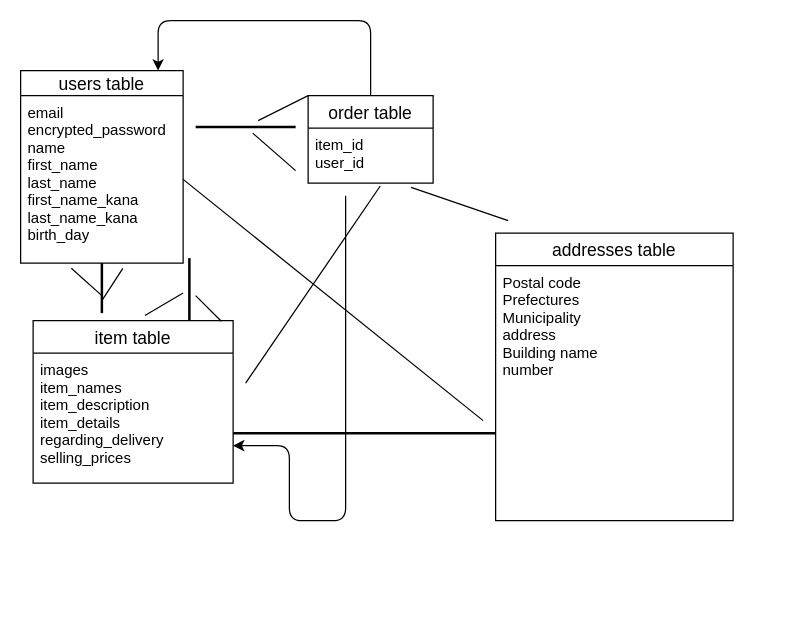
Before: test.dio in 1543rrr/furima-30352, a draw.io diagram. Source tidied: cells renumbered, new cells numbered last; positions are measured from the earlier drawing's top-left corner, leaving out a move shared by most shapes. Both pictures are drawn from the tidied source at 125%, with x=0, y=0 at pixel (20, 20).
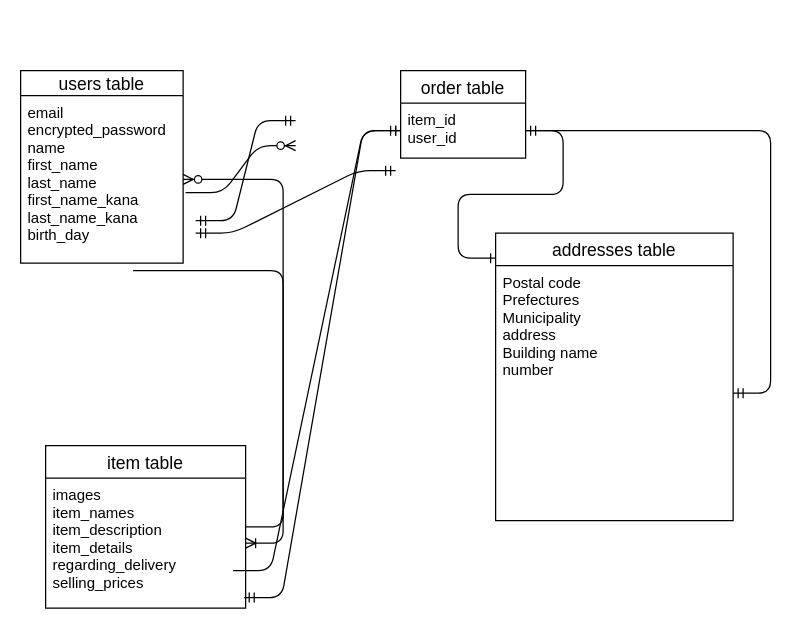
Above is the later version.

Unchanged cells that the change refers to:
```xml
<mxCell id="3" value="email    &#10;encrypted_password&#10; name &#10;first_name  &#10;last_name &#10;first_name_kana&#10;last_name_kana &#10;birth_day " style="text;strokeColor=none;fillColor=none;spacingLeft=4;spacingRight=4;overflow=hidden;points=[[0,0.5],[1,0.5]];portConstraint=eastwest;fontSize=12;" parent="2" vertex="1">
  <mxGeometry y="20" width="130" height="134" as="geometry" />
</mxCell>
<mxCell id="5" value="images&#10;item_names  &#10;item_description&#10;item_details &#10; regarding_delivery&#10;selling_prices&#10;" style="text;strokeColor=none;fillColor=none;spacingLeft=4;spacingRight=4;overflow=hidden;points=[[0,0.5],[1,0.5]];portConstraint=eastwest;fontSize=12;" parent="4" vertex="1">
  <mxGeometry y="26" width="160" height="104" as="geometry" />
</mxCell>
<mxCell id="7" value="item_id&#10;user_id  " style="text;strokeColor=none;fillColor=none;spacingLeft=4;spacingRight=4;overflow=hidden;points=[[0,0.5],[1,0.5]];portConstraint=eastwest;fontSize=12;" parent="6" vertex="1">
  <mxGeometry y="26" width="100" height="44" as="geometry" />
</mxCell>
<mxCell id="9" value="Postal code&#10;Prefectures  &#10;Municipality &#10;address&#10;Building name&#10;number  &#10;" style="text;strokeColor=none;fillColor=none;spacingLeft=4;spacingRight=4;overflow=hidden;points=[[0,0.5],[1,0.5]];portConstraint=eastwest;fontSize=12;" parent="8" vertex="1">
  <mxGeometry y="26" width="190" height="204" as="geometry" />
</mxCell>
```

What changed in the source:
```diff
@@
     <mxCell id="4" value="item table" style="swimlane;fontStyle=0;horizontal=1;startSize=26;align=center;fontSize=14;" parent="1" vertex="1">
-      <mxGeometry x="10" y="240" width="160" height="130" as="geometry" />
+      <mxGeometry x="20" y="340" width="160" height="130" as="geometry" />
     </mxCell>
@@
     <mxCell id="6" value="order table" style="swimlane;fontStyle=0;horizontal=1;startSize=26;align=center;fontSize=14;" parent="1" vertex="1">
-      <mxGeometry x="230" y="60" width="100" height="70" as="geometry" />
+      <mxGeometry x="304" y="40" width="100" height="70" as="geometry" />
     </mxCell>
@@
-    <mxCell id="10" style="line;strokeWidth=2;direction=south;html=1;" parent="1" vertex="1">
-      <mxGeometry x="130" y="190" width="10" height="50" as="geometry" />
-    </mxCell>
-    <mxCell id="11" style="endArrow=none;html=1;entryX=0.6;entryY=0;entryDx=0;entryDy=0;entryPerimeter=0;exitX=0.941;exitY=0.004;exitDx=0;exitDy=0;exitPerimeter=0;" parent="1" edge="1" source="4" target="10">
-      <mxGeometry relative="1" as="geometry" />
-    </mxCell>
-    <mxCell id="12" style="endArrow=none;html=1;entryX=0.559;entryY=-0.032;entryDx=0;entryDy=0;entryPerimeter=0;" parent="1" edge="1" source="10" target="4">
-      <mxGeometry relative="1" as="geometry" />
-    </mxCell>
-    <mxCell id="13" style="line;strokeWidth=2;html=1;" parent="1" vertex="1">
-      <mxGeometry x="140" y="80" width="80" height="10" as="geometry" />
-    </mxCell>
-    <mxCell id="14" style="endArrow=none;html=1;entryX=0;entryY=0;entryDx=0;entryDy=0;" parent="1" edge="1" source="13" target="6">
-      <mxGeometry relative="1" as="geometry" />
-    </mxCell>
-    <mxCell id="15" style="endArrow=none;html=1;" parent="1" edge="1" source="13">
-      <mxGeometry relative="1" as="geometry">
-        <mxPoint x="220" y="120" as="targetPoint" />
-      </mxGeometry>
-    </mxCell>
-    <mxCell id="16" style="endArrow=none;html=1;exitX=1;exitY=0.5;exitDx=0;exitDy=0;" parent="1" edge="1" source="3">
-      <mxGeometry relative="1" as="geometry">
-        <mxPoint x="370" y="320" as="targetPoint" />
-      </mxGeometry>
-    </mxCell>
-    <mxCell id="17" style="endArrow=none;html=1;entryX=0.577;entryY=1.052;entryDx=0;entryDy=0;entryPerimeter=0;" parent="1" edge="1" target="7">
-      <mxGeometry relative="1" as="geometry">
-        <mxPoint x="180" y="290" as="sourcePoint" />
-      </mxGeometry>
-    </mxCell>
-    <mxCell id="18" style="line;strokeWidth=2;direction=south;html=1;" parent="1" vertex="1">
-      <mxGeometry x="60" y="194" width="10" height="40" as="geometry" />
-    </mxCell>
-    <mxCell id="19" style="endArrow=none;html=1;entryX=0.75;entryY=0.5;entryDx=0;entryDy=0;entryPerimeter=0;exitX=0.629;exitY=1.031;exitDx=0;exitDy=0;exitPerimeter=0;" parent="1" edge="1" source="3" target="18">
-      <mxGeometry relative="1" as="geometry" />
-    </mxCell>
-    <mxCell id="20" style="endArrow=none;html=1;entryX=0.312;entryY=1.031;entryDx=0;entryDy=0;entryPerimeter=0;" parent="1" edge="1" target="3">
-      <mxGeometry relative="1" as="geometry">
-        <mxPoint x="65" y="220" as="sourcePoint" />
-      </mxGeometry>
-    </mxCell>
-    <mxCell id="21" style="edgeStyle=segmentEdgeStyle;endArrow=classic;html=1;exitX=0.5;exitY=0;exitDx=0;exitDy=0;" parent="1" edge="1" source="6">
-      <mxGeometry relative="1" as="geometry">
-        <mxPoint x="110" y="40" as="targetPoint" />
-        <Array as="points">
-          <mxPoint x="280" />
-          <mxPoint x="110" />
-        </Array>
-      </mxGeometry>
-    </mxCell>
-    <mxCell id="22" style="edgeStyle=segmentEdgeStyle;endArrow=classic;html=1;" parent="1" edge="1" target="5">
-      <mxGeometry relative="1" as="geometry">
-        <mxPoint x="260" y="140" as="sourcePoint" />
-        <Array as="points">
-          <mxPoint x="260" y="400" />
-          <mxPoint x="215" y="400" />
-          <mxPoint x="215" y="340" />
-        </Array>
-      </mxGeometry>
-    </mxCell>
-    <mxCell id="23" style="line;strokeWidth=2;html=1;" parent="1" vertex="1">
-      <mxGeometry x="170" y="280" width="210" height="100" as="geometry" />
-    </mxCell>
-    <mxCell id="24" style="endArrow=none;html=1;entryX=0.824;entryY=1.078;entryDx=0;entryDy=0;entryPerimeter=0;" parent="1" edge="1" target="7">
-      <mxGeometry relative="1" as="geometry">
-        <mxPoint x="390" y="160" as="sourcePoint" />
-      </mxGeometry>
-    </mxCell>
+    <mxCell id="25" style="edgeStyle=entityRelationEdgeStyle;fontSize=12;html=1;endArrow=ERoneToMany;" parent="1" edge="1" target="5">
+      <mxGeometry relative="1" as="geometry">
+        <mxPoint x="90" y="200" as="sourcePoint" />
+      </mxGeometry>
+    </mxCell>
+    <mxCell id="26" style="edgeStyle=entityRelationEdgeStyle;fontSize=12;html=1;endArrow=ERzeroToMany;endFill=1;exitX=1.015;exitY=0.579;exitDx=0;exitDy=0;exitPerimeter=0;" parent="1" edge="1" source="3">
+      <mxGeometry relative="1" as="geometry">
+        <mxPoint x="220" y="100" as="targetPoint" />
+      </mxGeometry>
+    </mxCell>
+    <mxCell id="27" style="edgeStyle=entityRelationEdgeStyle;fontSize=12;html=1;endArrow=ERzeroToMany;endFill=1;" parent="1" edge="1" source="4" target="3">
+      <mxGeometry relative="1" as="geometry" />
+    </mxCell>
+    <mxCell id="28" style="edgeStyle=entityRelationEdgeStyle;fontSize=12;html=1;endArrow=ERmandOne;startArrow=ERmandOne;" parent="1" edge="1">
+      <mxGeometry relative="1" as="geometry">
+        <mxPoint x="140" y="170" as="sourcePoint" />
+        <mxPoint x="300" y="120" as="targetPoint" />
+      </mxGeometry>
+    </mxCell>
+    <mxCell id="29" style="edgeStyle=entityRelationEdgeStyle;fontSize=12;html=1;endArrow=ERone;endFill=1;" parent="1" edge="1" target="7">
+      <mxGeometry relative="1" as="geometry">
+        <mxPoint x="170" y="440" as="sourcePoint" />
+      </mxGeometry>
+    </mxCell>
+    <mxCell id="30" style="edgeStyle=entityRelationEdgeStyle;fontSize=12;html=1;endArrow=ERmandOne;startArrow=ERmandOne;" parent="1" edge="1">
+      <mxGeometry relative="1" as="geometry">
+        <mxPoint x="140" y="160" as="sourcePoint" />
+        <mxPoint x="220" y="80" as="targetPoint" />
+      </mxGeometry>
+    </mxCell>
+    <mxCell id="31" style="edgeStyle=entityRelationEdgeStyle;fontSize=12;html=1;endArrow=ERmandOne;startArrow=ERmandOne;exitX=0.993;exitY=0.919;exitDx=0;exitDy=0;exitPerimeter=0;" parent="1" edge="1" source="5" target="7">
+      <mxGeometry relative="1" as="geometry" />
+    </mxCell>
+    <mxCell id="32" style="edgeStyle=entityRelationEdgeStyle;fontSize=12;html=1;endArrow=ERone;endFill=1;" parent="1" edge="1" source="7">
+      <mxGeometry relative="1" as="geometry">
+        <mxPoint x="380" y="190" as="targetPoint" />
+      </mxGeometry>
+    </mxCell>
+    <mxCell id="33" style="edgeStyle=entityRelationEdgeStyle;fontSize=12;html=1;endArrow=ERmandOne;startArrow=ERmandOne;" parent="1" edge="1" source="9" target="7">
+      <mxGeometry relative="1" as="geometry" />
+    </mxCell>
```
